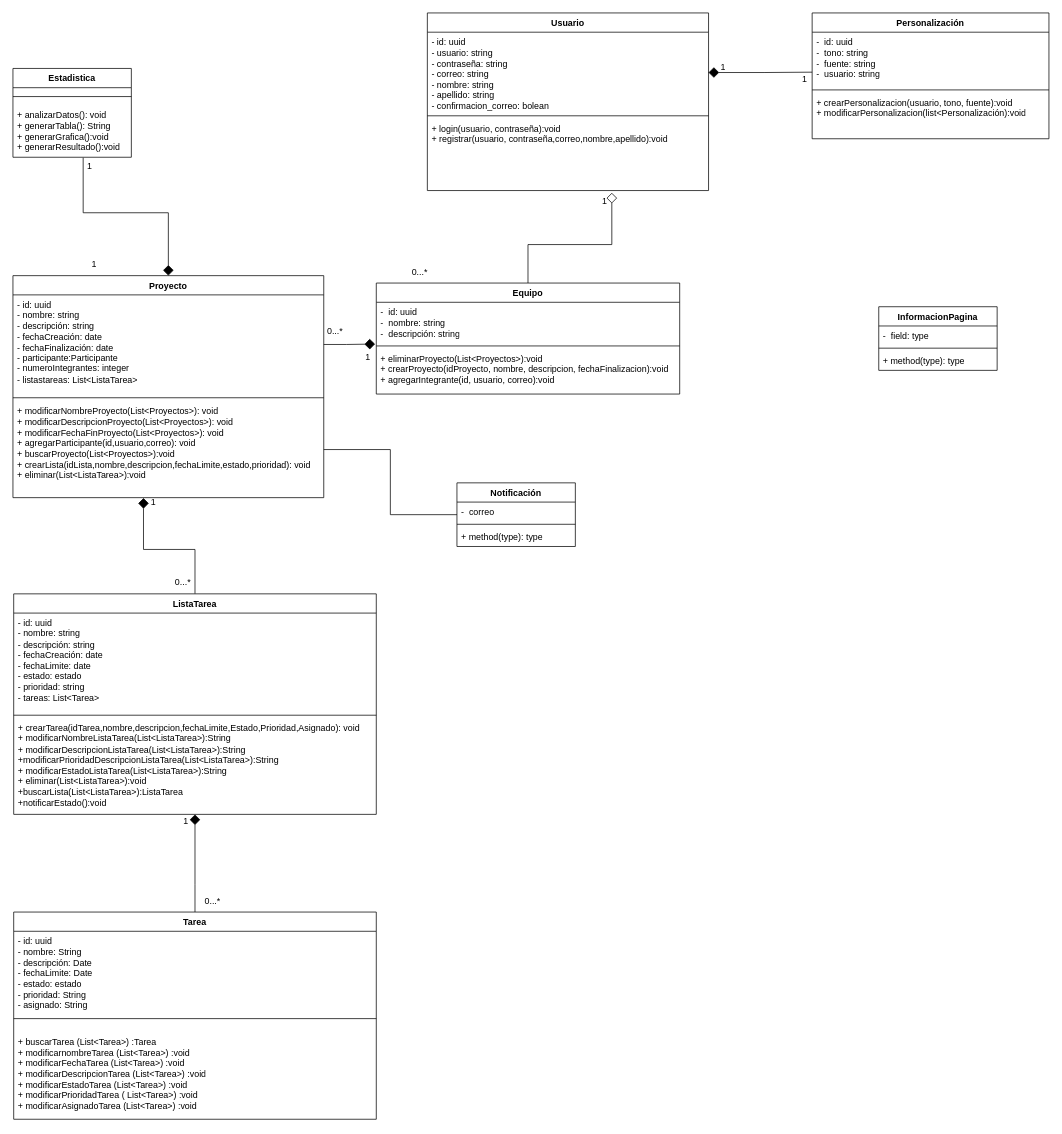
Above: page "Diagrama de clases" (15 of 16) of CoTasker_BoundedContext.drawio in Migue1409-KP/DOO-working-group (draw.io), before the change. Source tidied: cells renumbered, new cells numbered last; positions are measured from the earlier drawing's top-left corner, leaving out a move shared by most shapes. Both pictures are drawn from the tidied source at 74%, with x=0, y=0 at pixel (13, 13).
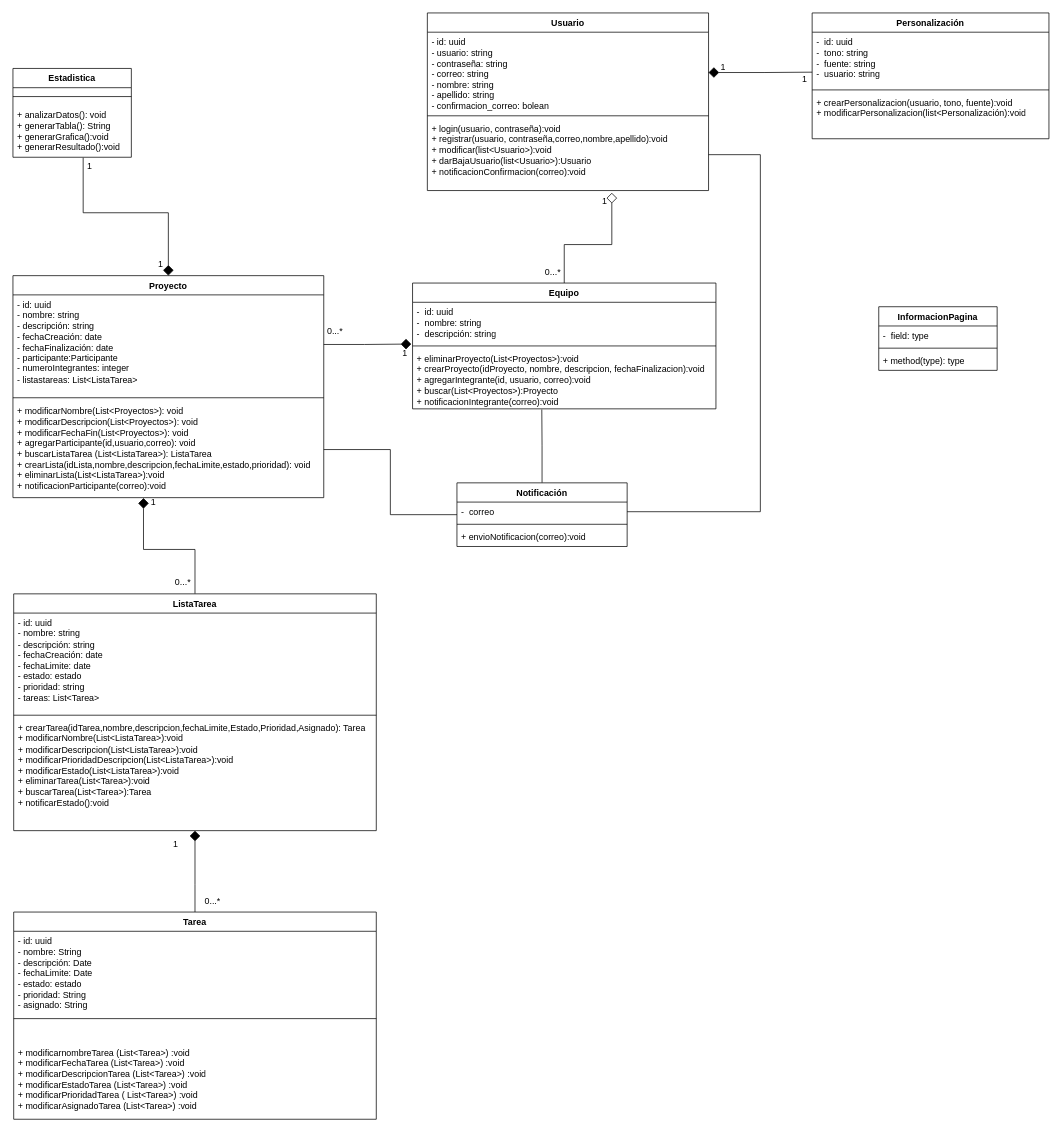
The same diagram, later.

Commit message:
diagrama clases 3.0

Unchanged cells that the change refers to:
```xml
<mxCell id="2" value="Usuario" style="swimlane;fontStyle=1;align=center;verticalAlign=top;horizontal=1;startSize=26;whiteSpace=wrap;html=1;" parent="1" vertex="1">
  <mxGeometry x="560" width="380" height="240" as="geometry" />
</mxCell>
<mxCell id="12" value="Proyecto" style="swimlane;fontStyle=1;align=center;verticalAlign=top;horizontal=1;startSize=26;whiteSpace=wrap;html=1;" parent="1" vertex="1">
  <mxGeometry y="355" width="420" height="300" as="geometry" />
</mxCell>
<mxCell id="52" value="Tarea" style="swimlane;fontStyle=1;align=center;verticalAlign=top;horizontal=1;startSize=26;whiteSpace=wrap;html=1;" parent="1" vertex="1">
  <mxGeometry x="1" y="1215" width="490" height="280" as="geometry" />
</mxCell>
```

Change to the diagram source:
```diff
@@
-    <mxCell id="5" value="+ login(usuario, contraseña):void&lt;br&gt;+ registrar(usuario, contraseña,correo,nombre,apellido):void&lt;br&gt;" style="text;strokeColor=none;fillColor=none;align=left;verticalAlign=top;spacingLeft=4;spacingRight=4;overflow=hidden;points=[[0,0.5],[1,0.5]];portConstraint=eastwest;whiteSpace=wrap;html=1;" parent="2" vertex="1">
+    <mxCell id="5" value="+ login(usuario, contraseña):void&lt;br&gt;+ registrar(usuario, contraseña,correo,nombre,apellido):void&lt;br&gt;+ modificar(list&amp;lt;Usuario&amp;gt;):void&lt;br&gt;+ darBajaUsuario(list&amp;lt;Usuario&amp;gt;):Usuario&lt;br&gt;+ notificacionConfirmacion(correo):void" style="text;strokeColor=none;fillColor=none;align=left;verticalAlign=top;spacingLeft=4;spacingRight=4;overflow=hidden;points=[[0,0.5],[1,0.5]];portConstraint=eastwest;whiteSpace=wrap;html=1;" parent="2" vertex="1">
       <mxGeometry y="143" width="380" height="97" as="geometry" />
     </mxCell>
@@
     <mxCell id="7" value="ListaTarea" style="swimlane;fontStyle=1;align=center;verticalAlign=top;horizontal=1;startSize=26;whiteSpace=wrap;html=1;" parent="1" vertex="1">
-      <mxGeometry x="1" y="785" width="490" height="298" as="geometry" />
+      <mxGeometry x="1" y="785" width="490" height="320" as="geometry" />
     </mxCell>
@@
-    <mxCell id="10" value="+ crearTarea(idTarea,nombre,descripcion,fechaLimite,Estado,Prioridad,Asignado): void&lt;br style=&quot;border-color: var(--border-color);&quot;&gt;+ modificarNombreListaTarea(List&amp;lt;ListaTarea&amp;gt;):String&lt;br style=&quot;border-color: var(--border-color);&quot;&gt;+ modificarDescripcionListaTarea(List&amp;lt;ListaTarea&amp;gt;):String +modificarPrioridadDescripcionListaTarea(List&amp;lt;ListaTarea&amp;gt;):String&lt;br style=&quot;border-color: var(--border-color);&quot;&gt;+ modificarEstadoListaTarea(List&amp;lt;ListaTarea&amp;gt;):String&lt;br style=&quot;border-color: var(--border-color);&quot;&gt;+ eliminar(List&amp;lt;ListaTarea&amp;gt;):void&lt;br style=&quot;border-color: var(--border-color);&quot;&gt;+buscarLista(List&amp;lt;ListaTarea&amp;gt;):ListaTarea&lt;br style=&quot;border-color: var(--border-color);&quot;&gt;+notificarEstado():void" style="text;strokeColor=none;fillColor=none;align=left;verticalAlign=top;spacingLeft=4;spacingRight=4;overflow=hidden;points=[[0,0.5],[1,0.5]];portConstraint=eastwest;whiteSpace=wrap;html=1;" parent="7" vertex="1">
-      <mxGeometry y="168" width="490" height="130" as="geometry" />
+    <mxCell id="10" value="+ crearTarea(idTarea,nombre,descripcion,fechaLimite,Estado,Prioridad,Asignado): Tarea&lt;br style=&quot;border-color: var(--border-color);&quot;&gt;+ modificarNombre(List&amp;lt;ListaTarea&amp;gt;):void&lt;br style=&quot;border-color: var(--border-color);&quot;&gt;+ modificarDescripcion(List&amp;lt;ListaTarea&amp;gt;):void&amp;nbsp; &lt;br&gt;+ modificarPrioridadDescripcion(List&amp;lt;ListaTarea&amp;gt;):void&lt;br style=&quot;border-color: var(--border-color);&quot;&gt;+ modificarEstado(List&amp;lt;ListaTarea&amp;gt;):void&lt;br style=&quot;border-color: var(--border-color);&quot;&gt;+ eliminarTarea(List&amp;lt;Tarea&amp;gt;):void&lt;br style=&quot;border-color: var(--border-color);&quot;&gt;+ buscarTarea(List&amp;lt;Tarea&amp;gt;):Tarea&lt;br style=&quot;border-color: var(--border-color);&quot;&gt;+ notificarEstado():void" style="text;strokeColor=none;fillColor=none;align=left;verticalAlign=top;spacingLeft=4;spacingRight=4;overflow=hidden;points=[[0,0.5],[1,0.5]];portConstraint=eastwest;whiteSpace=wrap;html=1;" parent="7" vertex="1">
+      <mxGeometry y="168" width="490" height="152" as="geometry" />
     </mxCell>
@@
-    <mxCell id="15" value="+ modificarNombreProyecto(List&amp;lt;Proyectos&amp;gt;): void&lt;br style=&quot;border-color: var(--border-color);&quot;&gt;+ modificarDescripcionProyecto(List&amp;lt;Proyectos&amp;gt;): void&lt;br style=&quot;border-color: var(--border-color);&quot;&gt;+ modificarFechaFinProyecto(List&amp;lt;Proyectos&amp;gt;): void&lt;br style=&quot;border-color: var(--border-color);&quot;&gt;+ agregarParticipante(id,usuario,correo): void&lt;br style=&quot;border-color: var(--border-color);&quot;&gt;+ buscarProyecto(List&amp;lt;Proyectos&amp;gt;):void&lt;br&gt;+ crearLista(idLista,nombre,descripcion,fechaLimite,estado,prioridad): void&lt;br&gt;+ eliminar(List&amp;lt;ListaTarea&amp;gt;):void" style="text;strokeColor=none;fillColor=none;align=left;verticalAlign=top;spacingLeft=4;spacingRight=4;overflow=hidden;points=[[0,0.5],[1,0.5]];portConstraint=eastwest;whiteSpace=wrap;html=1;" parent="12" vertex="1">
+    <mxCell id="15" value="+ modificarNombre(List&amp;lt;Proyectos&amp;gt;): void&lt;br style=&quot;border-color: var(--border-color);&quot;&gt;+ modificarDescripcion(List&amp;lt;Proyectos&amp;gt;): void&lt;br style=&quot;border-color: var(--border-color);&quot;&gt;+ modificarFechaFin(List&amp;lt;Proyectos&amp;gt;): void&lt;br style=&quot;border-color: var(--border-color);&quot;&gt;+ agregarParticipante(id,usuario,correo): void&lt;br style=&quot;border-color: var(--border-color);&quot;&gt;+ buscarListaTarea (List&amp;lt;ListaTarea&amp;gt;): ListaTarea&lt;br&gt;+ crearLista(idLista,nombre,descripcion,fechaLimite,estado,prioridad): void&lt;br&gt;+ eliminarLista(List&amp;lt;ListaTarea&amp;gt;):void&lt;br&gt;+ notificacionParticipante(correo):void" style="text;strokeColor=none;fillColor=none;align=left;verticalAlign=top;spacingLeft=4;spacingRight=4;overflow=hidden;points=[[0,0.5],[1,0.5]];portConstraint=eastwest;whiteSpace=wrap;html=1;" parent="12" vertex="1">
       <mxGeometry y="170" width="420" height="130" as="geometry" />
     </mxCell>
@@
+    <mxCell id="56" style="edgeStyle=orthogonalEdgeStyle;rounded=0;jettySize=auto;html=1;exitX=0.5;exitY=0;exitDx=0;exitDy=0;entryX=0.426;entryY=1.011;entryDx=0;entryDy=0;entryPerimeter=0;endArrow=none;endFill=0;" parent="1" edge="1" source="17" target="29">
+      <mxGeometry relative="1" as="geometry" />
+    </mxCell>
     <mxCell id="17" value="Notificación" style="swimlane;fontStyle=1;align=center;verticalAlign=top;horizontal=1;startSize=26;whiteSpace=wrap;html=1;" parent="1" vertex="1">
-      <mxGeometry x="600" y="635" width="160" height="86" as="geometry" />
+      <mxGeometry x="600" y="635" width="230" height="86" as="geometry" />
     </mxCell>
     <mxCell id="18" value="-&amp;nbsp;&amp;nbsp;correo" style="text;strokeColor=none;fillColor=none;align=left;verticalAlign=top;spacingLeft=4;spacingRight=4;overflow=hidden;points=[[0,0.5],[1,0.5]];portConstraint=eastwest;whiteSpace=wrap;html=1;" parent="17" vertex="1">
-      <mxGeometry y="26" width="160" height="26" as="geometry" />
+      <mxGeometry y="26" width="230" height="26" as="geometry" />
     </mxCell>
     <mxCell id="19" style="line;strokeWidth=1;fillColor=none;align=left;verticalAlign=middle;spacingTop=-1;spacingLeft=3;spacingRight=3;labelPosition=right;strokeColor=inherit;" parent="17" vertex="1">
-      <mxGeometry y="52" width="160" height="8" as="geometry" />
+      <mxGeometry y="52" width="230" height="8" as="geometry" />
     </mxCell>
-    <mxCell id="20" value="+ method(type): type" style="text;strokeColor=none;fillColor=none;align=left;verticalAlign=top;spacingLeft=4;spacingRight=4;overflow=hidden;whiteSpace=wrap;html=1;" parent="17" vertex="1">
-      <mxGeometry y="60" width="160" height="26" as="geometry" />
+    <mxCell id="20" value="+ envioNotificacion(correo):void" style="text;strokeColor=none;fillColor=none;align=left;verticalAlign=top;spacingLeft=4;spacingRight=4;overflow=hidden;whiteSpace=wrap;html=1;" parent="17" vertex="1">
+      <mxGeometry y="60" width="230" height="26" as="geometry" />
     </mxCell>
@@
     <mxCell id="25" style="edgeStyle=orthogonalEdgeStyle;rounded=0;jettySize=auto;html=1;exitX=0.5;exitY=0;exitDx=0;exitDy=0;endArrow=diamond;endFill=0;endSize=12;entryX=0.656;entryY=1.031;entryDx=0;entryDy=0;entryPerimeter=0;" parent="1" edge="1" source="26" target="5">
       <mxGeometry relative="1" as="geometry">
         <Array as="points">
-          <mxPoint x="696" y="313" />
+          <mxPoint x="745" y="313" />
           <mxPoint x="809" y="313" />
         </Array>
       </mxGeometry>
     </mxCell>
     <mxCell id="26" value="Equipo" style="swimlane;fontStyle=1;align=center;verticalAlign=top;horizontal=1;startSize=26;whiteSpace=wrap;html=1;" parent="1" vertex="1">
-      <mxGeometry x="491" y="365" width="410" height="150" as="geometry" />
+      <mxGeometry x="540" y="365" width="410" height="170" as="geometry" />
     </mxCell>
@@
-    <mxCell id="29" value="+ eliminarProyecto(List&amp;lt;Proyectos&amp;gt;):void&lt;br&gt;+ crearProyecto(idProyecto, nombre, descripcion, fechaFinalizacion):void&lt;br&gt;+ agregarIntegrante(id, usuario, correo):void" style="text;strokeColor=none;fillColor=none;align=left;verticalAlign=top;spacingLeft=4;spacingRight=4;overflow=hidden;points=[[0,0.5],[1,0.5]];portConstraint=eastwest;whiteSpace=wrap;html=1;" parent="26" vertex="1">
-      <mxGeometry y="89" width="410" height="61" as="geometry" />
+    <mxCell id="29" value="+ eliminarProyecto(List&amp;lt;Proyectos&amp;gt;):void&lt;br&gt;+ crearProyecto(idProyecto, nombre, descripcion, fechaFinalizacion):void&lt;br&gt;+ agregarIntegrante(id, usuario, correo):void&lt;br&gt;+ buscar(List&amp;lt;Proyectos&amp;gt;):Proyecto&lt;br&gt;+ notificacionIntegrante(correo):void" style="text;strokeColor=none;fillColor=none;align=left;verticalAlign=top;spacingLeft=4;spacingRight=4;overflow=hidden;points=[[0,0.5],[1,0.5]];portConstraint=eastwest;whiteSpace=wrap;html=1;" parent="26" vertex="1">
+      <mxGeometry y="89" width="410" height="81" as="geometry" />
     </mxCell>
@@
     <mxCell id="40" value="1" style="text;html=1;strokeColor=none;fillColor=none;align=center;verticalAlign=middle;whiteSpace=wrap;rounded=0;" parent="1" vertex="1">
-      <mxGeometry x="80" y="325" width="60" height="30" as="geometry" />
+      <mxGeometry x="170" y="325" width="60" height="30" as="geometry" />
     </mxCell>
@@
     <mxCell id="44" value="1" style="text;html=1;strokeColor=none;fillColor=none;align=center;verticalAlign=middle;whiteSpace=wrap;rounded=0;" parent="1" vertex="1">
-      <mxGeometry x="204" y="1077" width="60" height="30" as="geometry" />
+      <mxGeometry x="190" y="1108" width="60" height="30" as="geometry" />
     </mxCell>
     <mxCell id="45" value="1" style="text;html=1;strokeColor=none;fillColor=none;align=center;verticalAlign=middle;whiteSpace=wrap;rounded=0;" parent="1" vertex="1">
-      <mxGeometry x="450" y="450" width="60" height="30" as="geometry" />
+      <mxGeometry x="500" y="445" width="60" height="30" as="geometry" />
     </mxCell>
@@
     <mxCell id="48" value="0...*" style="text;html=1;strokeColor=none;fillColor=none;align=center;verticalAlign=middle;whiteSpace=wrap;rounded=0;" parent="1" vertex="1">
-      <mxGeometry x="520" y="335" width="60" height="30" as="geometry" />
+      <mxGeometry x="700" y="335" width="60" height="30" as="geometry" />
     </mxCell>
@@
-    <mxCell id="55" value="&lt;br style=&quot;border-color: var(--border-color);&quot;&gt;+ buscarTarea (List&amp;lt;Tarea&amp;gt;) :Tarea&lt;br style=&quot;border-color: var(--border-color);&quot;&gt;+ modificarnombreTarea (List&amp;lt;Tarea&amp;gt;) :void&lt;br style=&quot;border-color: var(--border-color);&quot;&gt;+ modificarFechaTarea (List&amp;lt;Tarea&amp;gt;) :void&lt;br style=&quot;border-color: var(--border-color);&quot;&gt;+ modificarDescripcionTarea (List&amp;lt;Tarea&amp;gt;) :void&lt;br style=&quot;border-color: var(--border-color);&quot;&gt;+ modificarEstadoTarea (List&amp;lt;Tarea&amp;gt;) :void&lt;br style=&quot;border-color: var(--border-color);&quot;&gt;+ modificarPrioridadTarea ( List&amp;lt;Tarea&amp;gt;) :void&lt;br style=&quot;border-color: var(--border-color);&quot;&gt;+ modificarAsignadoTarea (List&amp;lt;Tarea&amp;gt;) :void" style="text;strokeColor=none;fillColor=none;align=left;verticalAlign=top;spacingLeft=4;spacingRight=4;overflow=hidden;whiteSpace=wrap;html=1;" parent="52" vertex="1">
+    <mxCell id="55" value="&lt;br style=&quot;border-color: var(--border-color);&quot;&gt;&lt;br style=&quot;border-color: var(--border-color);&quot;&gt;+ modificarnombreTarea (List&amp;lt;Tarea&amp;gt;) :void&lt;br style=&quot;border-color: var(--border-color);&quot;&gt;+ modificarFechaTarea (List&amp;lt;Tarea&amp;gt;) :void&lt;br style=&quot;border-color: var(--border-color);&quot;&gt;+ modificarDescripcionTarea (List&amp;lt;Tarea&amp;gt;) :void&lt;br style=&quot;border-color: var(--border-color);&quot;&gt;+ modificarEstadoTarea (List&amp;lt;Tarea&amp;gt;) :void&lt;br style=&quot;border-color: var(--border-color);&quot;&gt;+ modificarPrioridadTarea ( List&amp;lt;Tarea&amp;gt;) :void&lt;br style=&quot;border-color: var(--border-color);&quot;&gt;+ modificarAsignadoTarea (List&amp;lt;Tarea&amp;gt;) :void" style="text;strokeColor=none;fillColor=none;align=left;verticalAlign=top;spacingLeft=4;spacingRight=4;overflow=hidden;whiteSpace=wrap;html=1;" parent="52" vertex="1">
       <mxGeometry y="148" width="490" height="132" as="geometry" />
     </mxCell>
+    <mxCell id="57" style="edgeStyle=orthogonalEdgeStyle;rounded=0;jettySize=auto;html=1;exitX=1;exitY=0.5;exitDx=0;exitDy=0;entryX=1;entryY=0.5;entryDx=0;entryDy=0;endArrow=none;endFill=0;" parent="1" edge="1" source="5" target="18">
+      <mxGeometry relative="1" as="geometry">
+        <Array as="points">
+          <mxPoint x="1010" y="192" />
+          <mxPoint x="1010" y="674" />
+        </Array>
+      </mxGeometry>
+    </mxCell>
```
